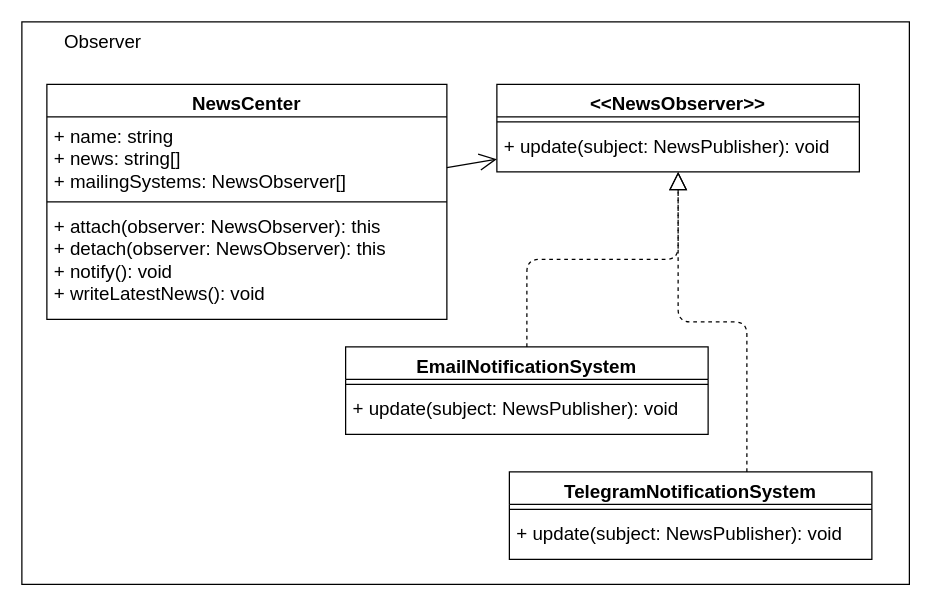
Earlier version of the draw.io diagram behavioral/observer/observer.drawio (kirill-krasuk/design_patterns). Source tidied: cells renumbered, new cells numbered last; positions are measured from the earlier drawing's top-left corner, leaving out a move shared by most shapes. Both pictures are drawn from the tidied source at 125%, with x=0, y=0 at pixel (21, 21).
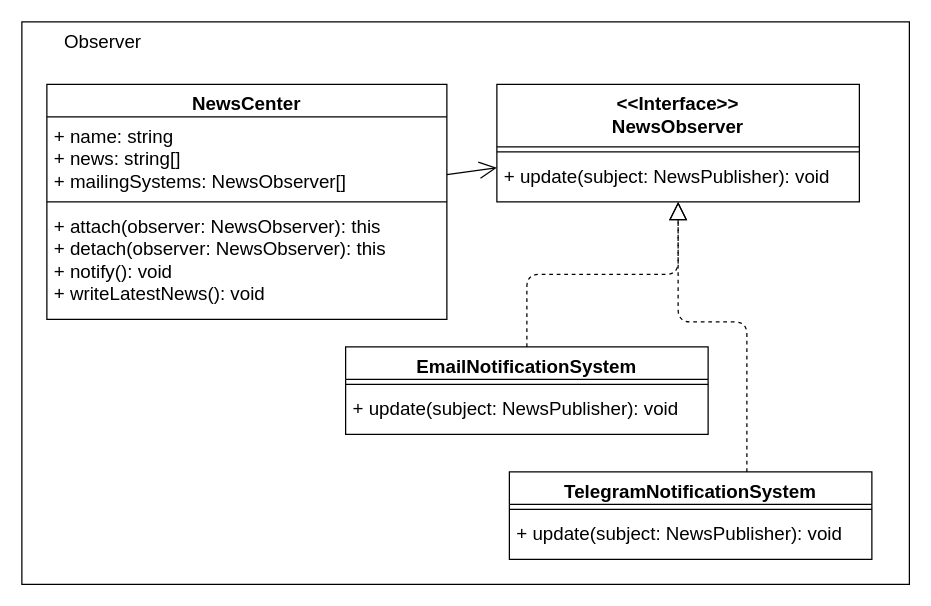
The same diagram, later.

Diff of the diagram source:
```diff
@@
-    <mxCell id="4" value="&lt;&lt;NewsObserver&gt;&gt;" style="swimlane;fontStyle=1;align=center;verticalAlign=top;horizontal=1;startSize=26;fontSize=15;" parent="1" vertex="1">
-      <mxGeometry x="380" y="50" width="290" height="70" as="geometry" />
+    <mxCell id="4" value="&lt;&lt;Interface&gt;&gt;&#10;NewsObserver&#10;" style="swimlane;fontStyle=1;align=center;verticalAlign=top;horizontal=1;startSize=50;fontSize=15;" parent="1" vertex="1">
+      <mxGeometry x="380" y="50" width="290" height="94" as="geometry" />
     </mxCell>
     <mxCell id="5" style="line;strokeWidth=1;fillColor=none;align=left;verticalAlign=middle;spacingTop=-1;spacingLeft=3;spacingRight=3;labelPosition=right;strokeColor=inherit;fontSize=15;" parent="4" vertex="1">
-      <mxGeometry y="26" width="290" height="8" as="geometry" />
+      <mxGeometry y="50" width="290" height="8" as="geometry" />
     </mxCell>
     <mxCell id="6" value="+ update(subject: NewsPublisher): void" style="text;strokeColor=none;fillColor=none;align=left;verticalAlign=top;spacingLeft=4;spacingRight=4;overflow=hidden;fontSize=15;" parent="4" vertex="1">
-      <mxGeometry y="34" width="290" height="36" as="geometry" />
+      <mxGeometry y="58" width="290" height="36" as="geometry" />
     </mxCell>
```
